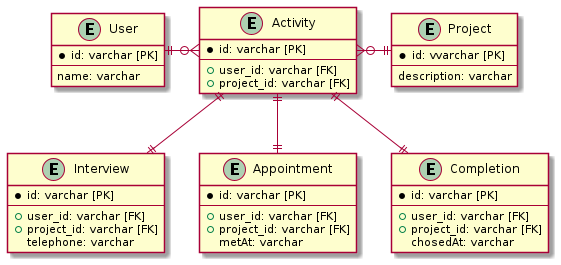
Before: database/27_Single_inheritance/assets/answer.png, a diagram exported from PlantUML (shimopino/praha-challenges). Source of this version:
```plantuml
@startuml answer

entity User {
    * id: varchar [PK]
    ---
    name: varchar
}

entity Project {
    * id: vvarchar [PK]
    ---
    description: varchar
}

entity Activity {
    * id: varchar [PK]
    ---
    + user_id: varchar [FK]
    + project_id: varchar [FK]
}

User ||--r--o{ Activity
Project ||--l--o{ Activity

entity Interview {
    * id: varchar [PK]
    ---
    + user_id: varchar [FK]
    + project_id: varchar [FK]
    telephone: varchar
}

entity Appointment {
    * id: varchar [PK]
    ---
    + user_id: varchar [FK]
    + project_id: varchar [FK]
    metAt: varchar
}

entity Completion {
    * id: varchar [PK]
    ---
    + user_id: varchar [FK]
    + project_id: varchar [FK]
    chosedAt: varchar
}

Activity ||--|| Interview
Activity ||--|| Appointment
Activity ||--|| Completion

@enduml
```
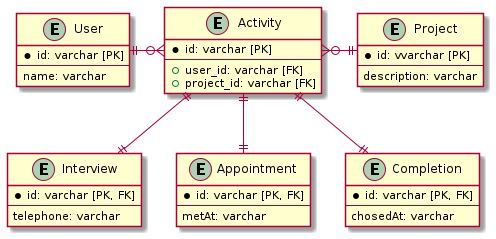
Later version of the same file.

Diff of the diagram source:
```diff
@@ -23,26 +23,20 @@
 Project ||--l--o{ Activity
 
 entity Interview {
-    * id: varchar [PK]
+    * id: varchar [PK, FK]
     ---
-    + user_id: varchar [FK]
-    + project_id: varchar [FK]
     telephone: varchar
 }
 
 entity Appointment {
-    * id: varchar [PK]
+    * id: varchar [PK, FK]
     ---
-    + user_id: varchar [FK]
-    + project_id: varchar [FK]
     metAt: varchar
 }
 
 entity Completion {
-    * id: varchar [PK]
+    * id: varchar [PK, FK]
     ---
-    + user_id: varchar [FK]
-    + project_id: varchar [FK]
     chosedAt: varchar
 }
 
```
